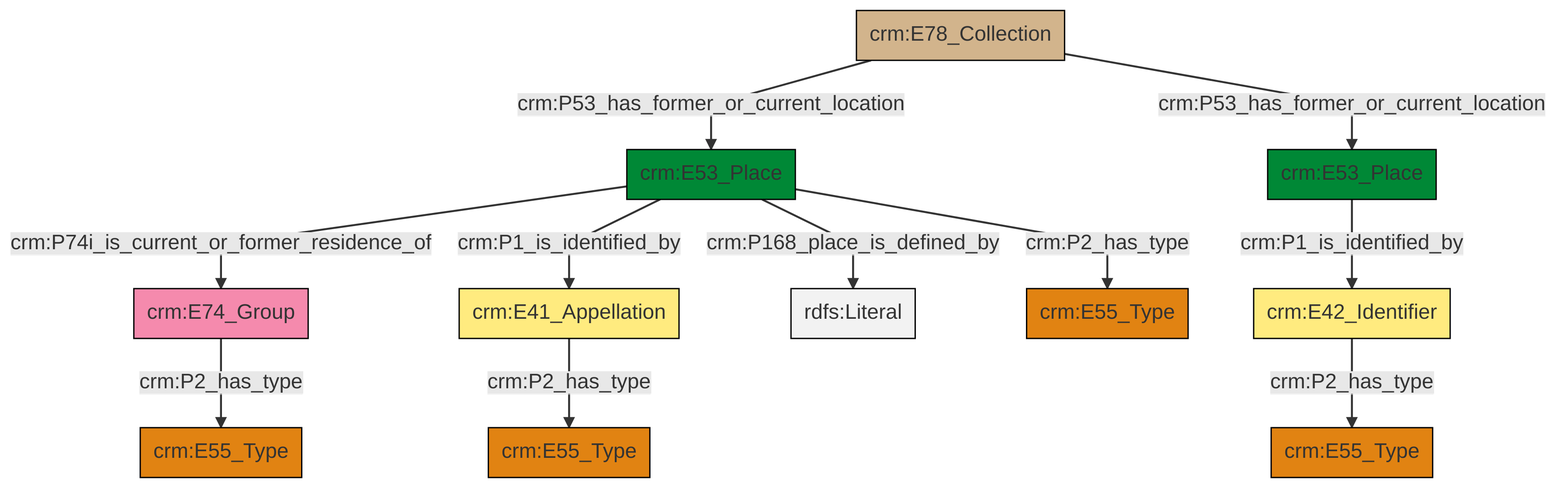
Before: et/archivalCSV/ttl/mmd/png/archival_location.png, a diagram exported from Mermaid (swiss-art-research-net/docs.swissartresearch). Its source is kept beside it as et/archivalCSV/ttl/mmd/archival_location.ttl.mmd.
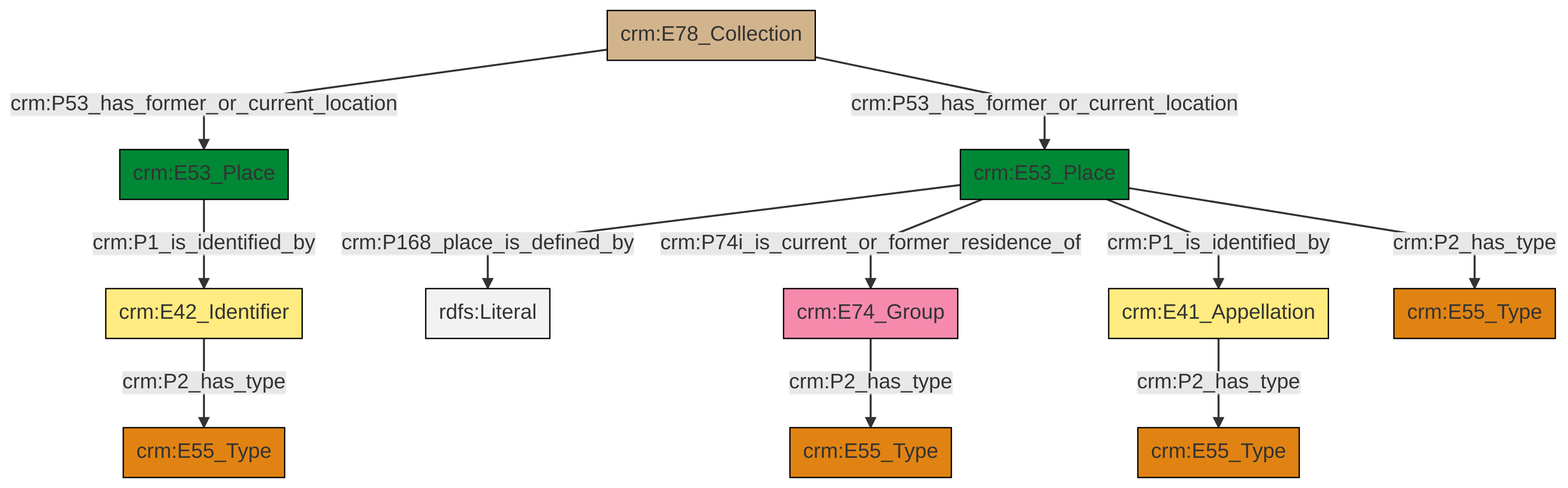
Above is the later version.

Diff of the diagram source:
```diff
@@ -13,13 +13,13 @@
 classDef PC_Classes fill:#4ce600, stroke:#000000;
 classDef Multi fill:#cccccc,stroke:#000000;
 
-5["crm:E42_Identifier"]:::Appellation -->|crm:P2_has_type| 6["crm:E55_Type"]:::Type
-7["crm:E53_Place"]:::Place -->|crm:P168_place_is_defined_by| 9[rdfs:Literal]:::Literal
-3["crm:E41_Appellation"]:::Appellation -->|crm:P2_has_type| 10["crm:E55_Type"]:::Type
-7["crm:E53_Place"]:::Place -->|crm:P2_has_type| 13["crm:E55_Type"]:::Type
-14["crm:E74_Group"]:::Actor -->|crm:P2_has_type| 0["crm:E55_Type"]:::Type
-7["crm:E53_Place"]:::Place -->|crm:P74i_is_current_or_former_residence_of| 14["crm:E74_Group"]:::Actor
-16["crm:E78_Collection"]:::Physical_Thing -->|crm:P53_has_former_or_current_location| 7["crm:E53_Place"]:::Place
-11["crm:E53_Place"]:::Place -->|crm:P1_is_identified_by| 5["crm:E42_Identifier"]:::Appellation
-16["crm:E78_Collection"]:::Physical_Thing -->|crm:P53_has_former_or_current_location| 11["crm:E53_Place"]:::Place
-7["crm:E53_Place"]:::Place -->|crm:P1_is_identified_by| 3["crm:E41_Appellation"]:::Appellation
+2["crm:E53_Place"]:::Place -->|crm:P168_place_is_defined_by| 3[rdfs:Literal]:::Literal
+2["crm:E53_Place"]:::Place -->|crm:P74i_is_current_or_former_residence_of| 4["crm:E74_Group"]:::Actor
+7["crm:E42_Identifier"]:::Appellation -->|crm:P2_has_type| 8["crm:E55_Type"]:::Type
+2["crm:E53_Place"]:::Place -->|crm:P1_is_identified_by| 12["crm:E41_Appellation"]:::Appellation
+5["crm:E78_Collection"]:::Physical_Thing -->|crm:P53_has_former_or_current_location| 13["crm:E53_Place"]:::Place
+4["crm:E74_Group"]:::Actor -->|crm:P2_has_type| 0["crm:E55_Type"]:::Type
+13["crm:E53_Place"]:::Place -->|crm:P1_is_identified_by| 7["crm:E42_Identifier"]:::Appellation
+5["crm:E78_Collection"]:::Physical_Thing -->|crm:P53_has_former_or_current_location| 2["crm:E53_Place"]:::Place
+12["crm:E41_Appellation"]:::Appellation -->|crm:P2_has_type| 10["crm:E55_Type"]:::Type
+2["crm:E53_Place"]:::Place -->|crm:P2_has_type| 19["crm:E55_Type"]:::Type
```
